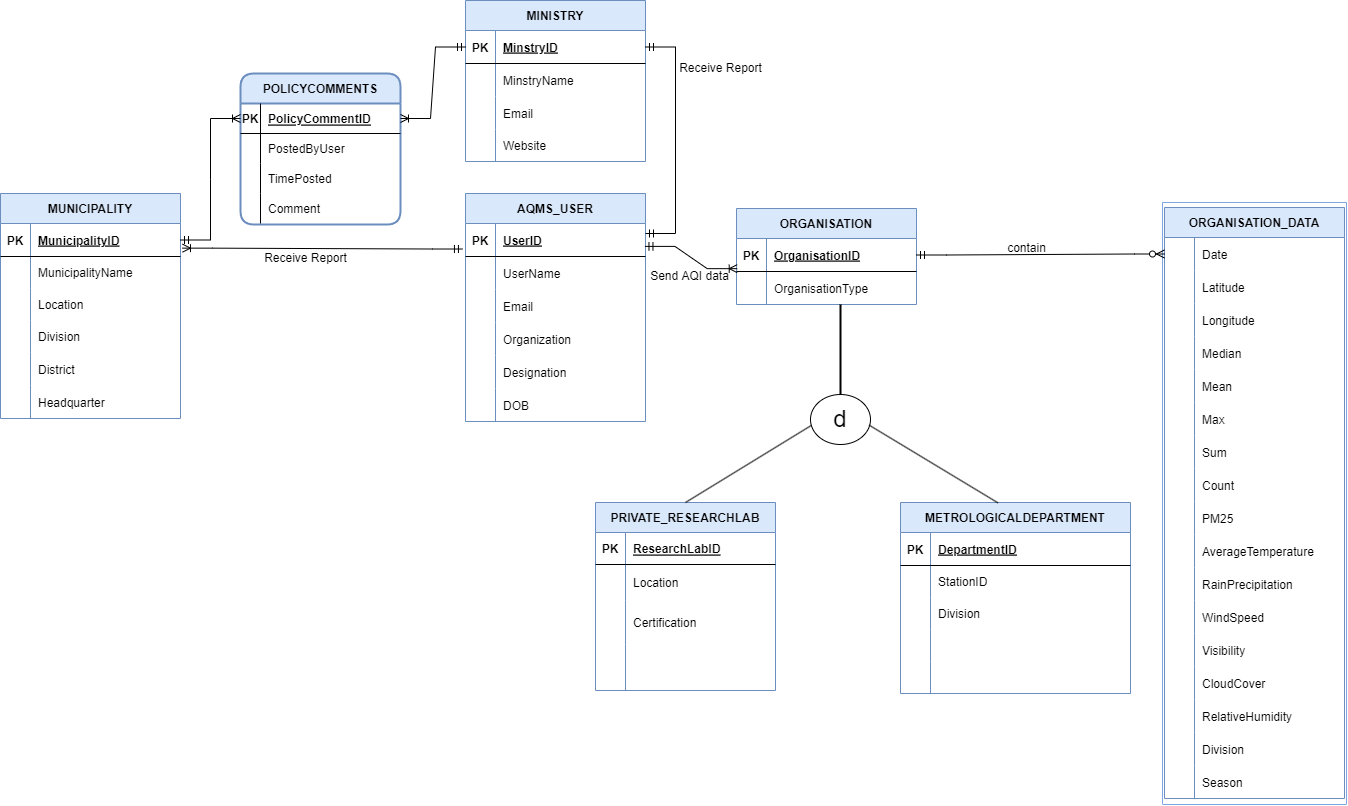
toushifhossain1/AirQualityMonitoringOfBangladesh keeps this draw.io diagram as EERD.png. Above is the earlier version. Source tidied: cells renumbered, new cells last; positions are measured from the earlier drawing's top-left corner, leaving out a move shared by most shapes.
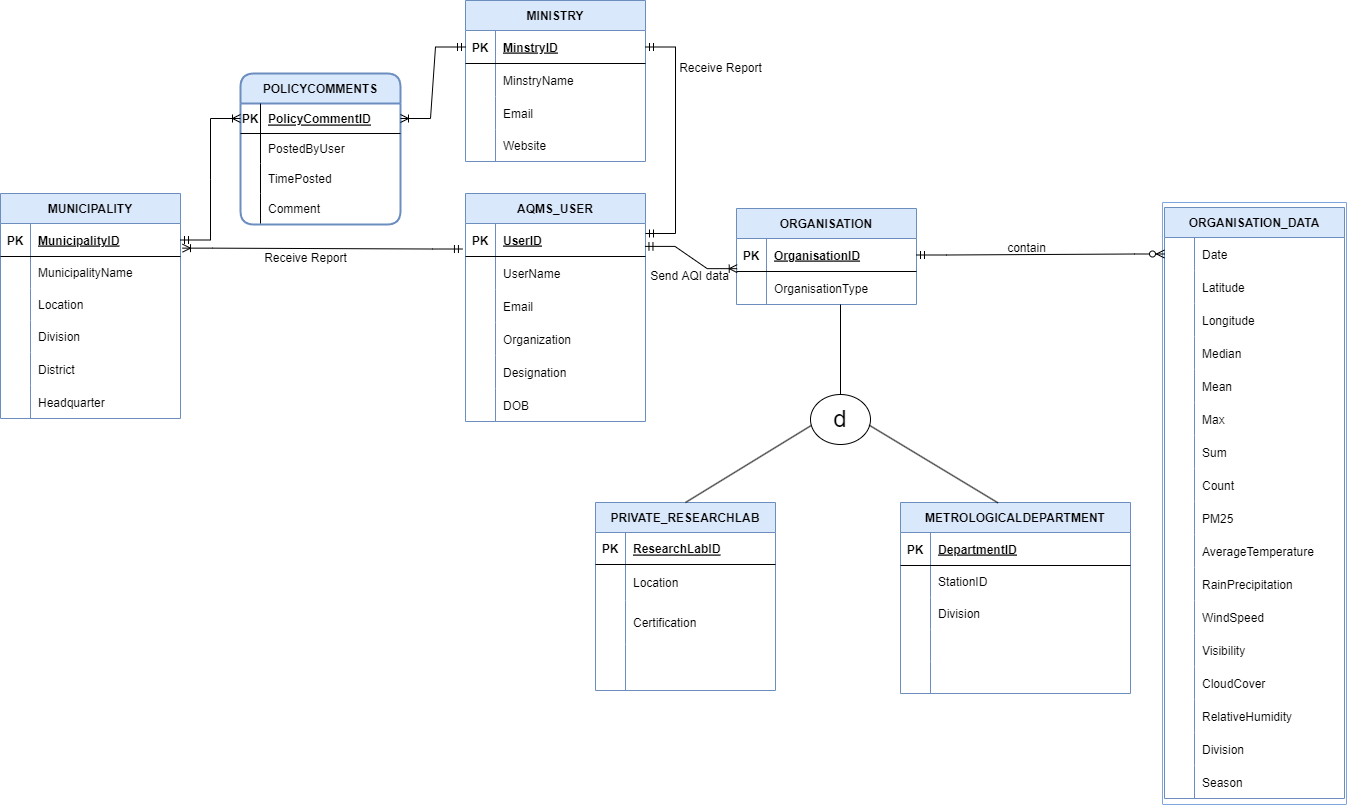
After the change.

What changed in the source:
```diff
@@ -332,7 +332,7 @@
     <mxCell id="111" style="edgeStyle=entityRelationEdgeStyle;fontSize=12;html=1;endArrow=ERoneToMany;startArrow=ERmandOne;rounded=0;exitX=0.997;exitY=0.694;exitDx=0;exitDy=0;exitPerimeter=0;entryX=0.004;entryY=0.914;entryDx=0;entryDy=0;entryPerimeter=0;" parent="1" edge="1" source="3" target="105">
       <mxGeometry relative="1" as="geometry" />
     </mxCell>
-    <mxCell id="112" style="line;strokeWidth=2;direction=south;html=1;fontSize=24;" parent="1" vertex="1">
+    <mxCell id="112" style="line;strokeWidth=1;direction=south;html=1;fontSize=24;" parent="1" vertex="1">
       <mxGeometry x="835" y="304" width="10" height="90" as="geometry" />
     </mxCell>
     <mxCell id="113" value="d" style="ellipse;whiteSpace=wrap;html=1;fontSize=24;" parent="1" vertex="1">
```
